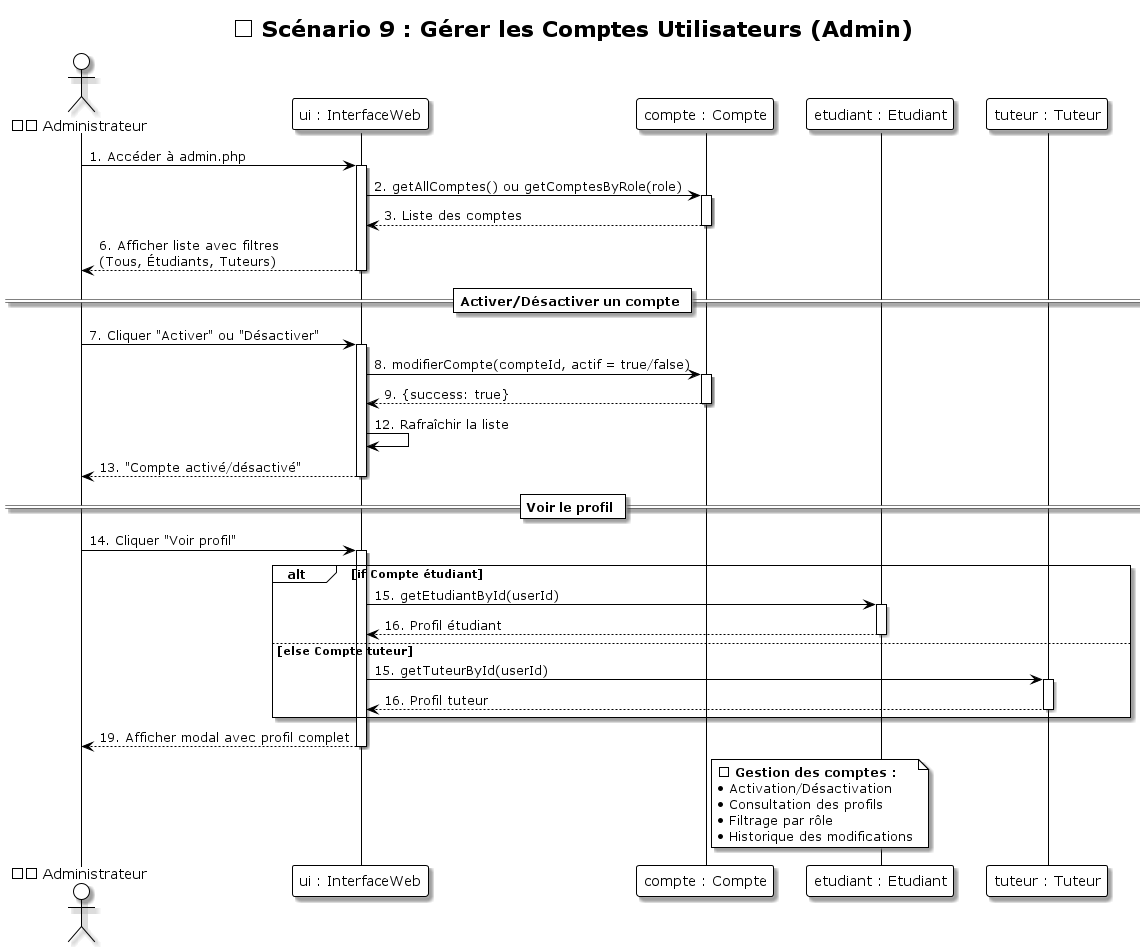
This is UML/diagrammes_sequence/Sequence_09_Gerer_Comptes.png from LLAbdul/LLAbdul-projet-tutoplus, a PlantUML export, as it was before one commit.
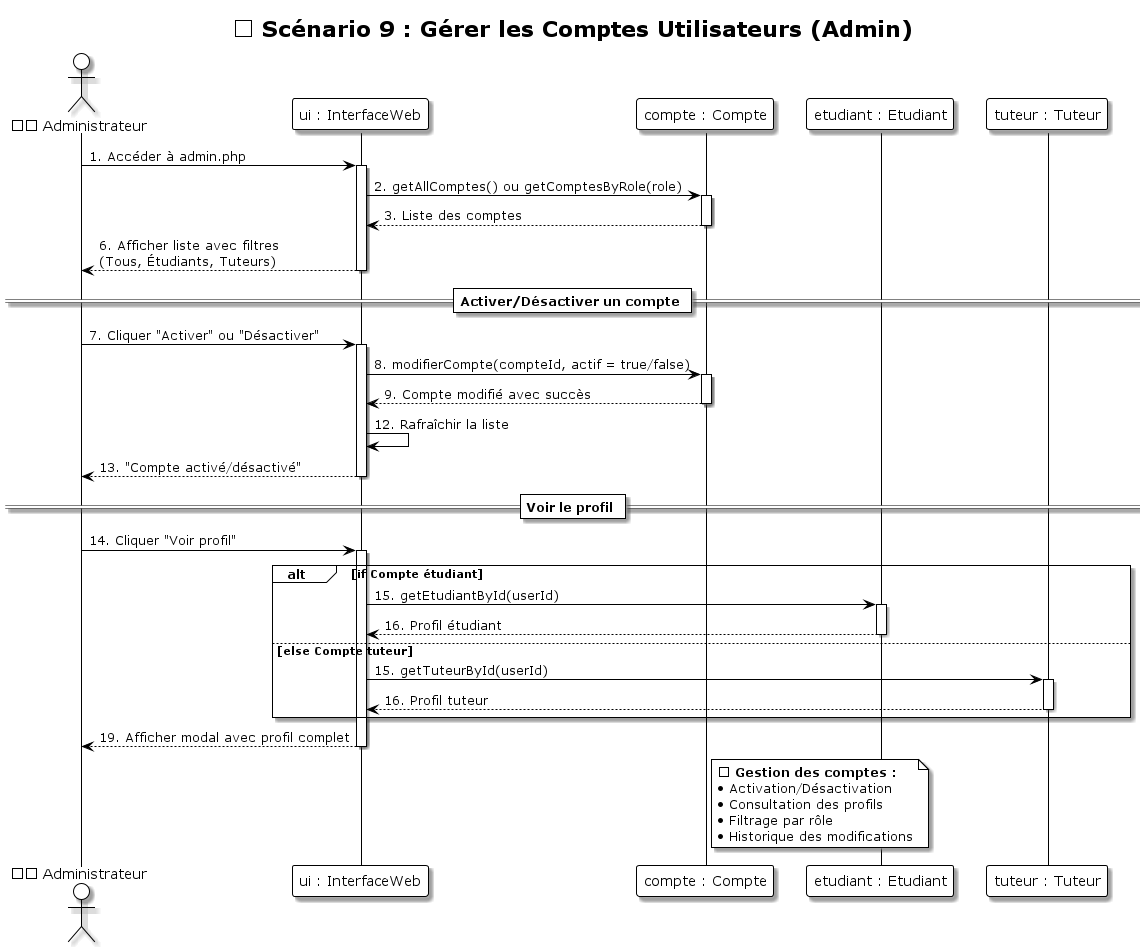
Above is the later version.

Diff of the diagram source:
```diff
@@ -27,7 +27,7 @@
 activate UI
 UI -> Compte: 8. modifierCompte(compteId, actif = true/false)
 activate Compte
-Compte --> UI: 9. {success: true}
+Compte --> UI: 9. Compte modifié avec succès
 deactivate Compte
 
 UI -> UI: 12. Rafraîchir la liste
```
